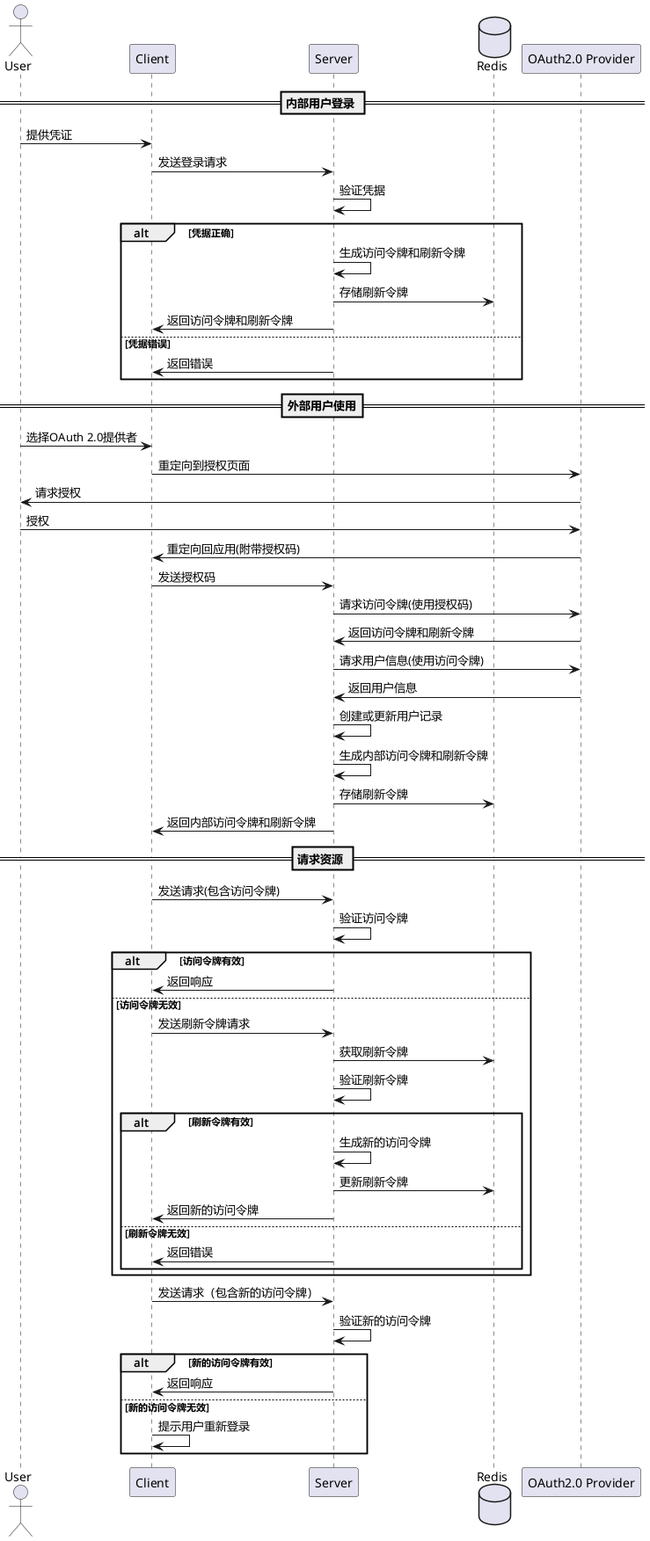
Above: img/登录图.png in apple115/discord-clone (PlantUML), before the change.
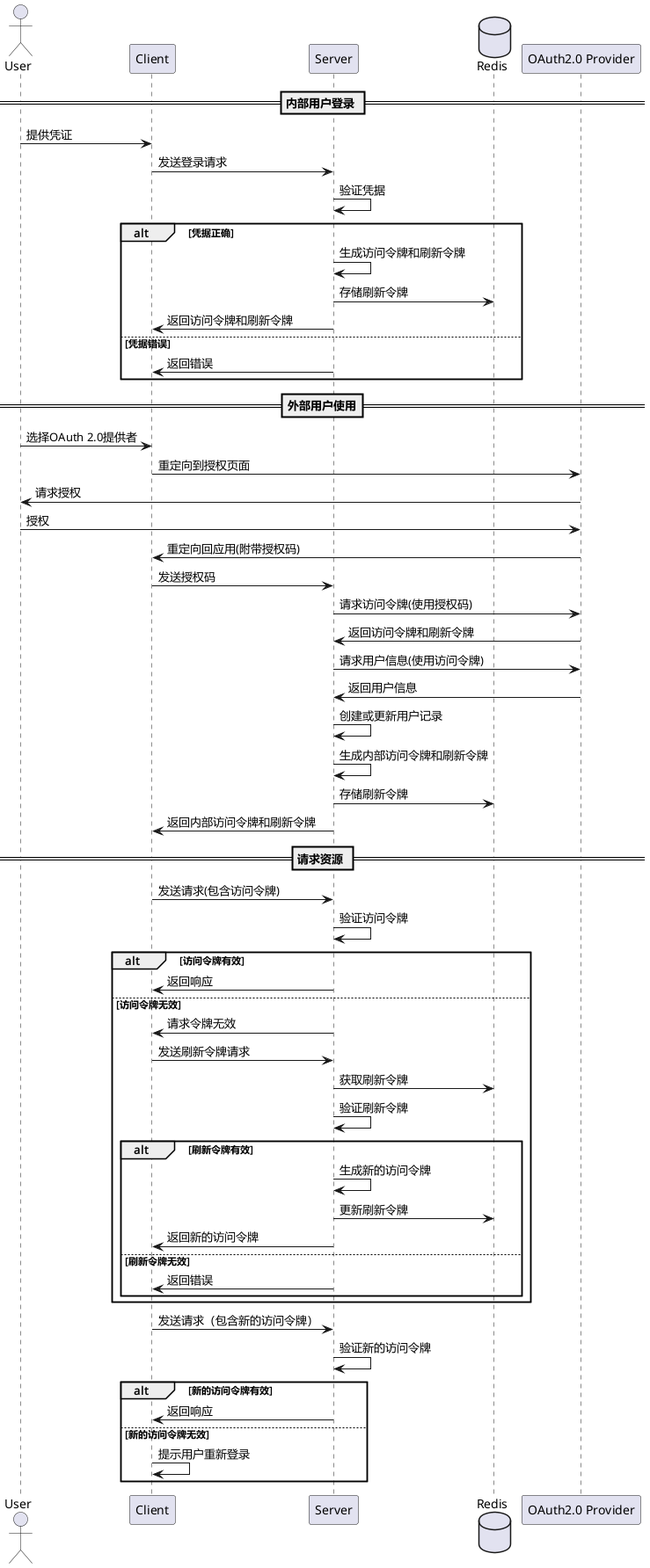
Above is the later version.

Change to the diagram source:
```diff
@@ -39,6 +39,7 @@
 alt 访问令牌有效
     Server -> Client: 返回响应
 else 访问令牌无效
+    Server -> Client: 请求令牌无效
     Client -> Server: 发送刷新令牌请求
     Server -> Redis: 获取刷新令牌
     Server -> Server: 验证刷新令牌
```
